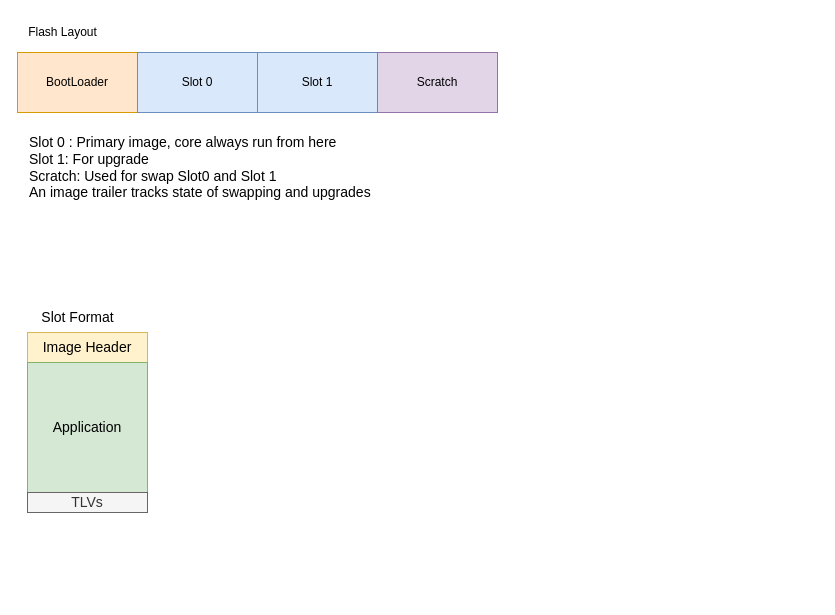
Above: page "mcu_boot" (1 of 2) of renesas.drawio in thomas-coding/drawio (draw.io), before the change. Source tidied: cells renumbered, new cells numbered last; positions are measured from the earlier drawing's top-left corner, leaving out a move shared by most shapes. Both pictures are drawn from the tidied source at 100%, with x=0, y=0 at pixel (17, 17).
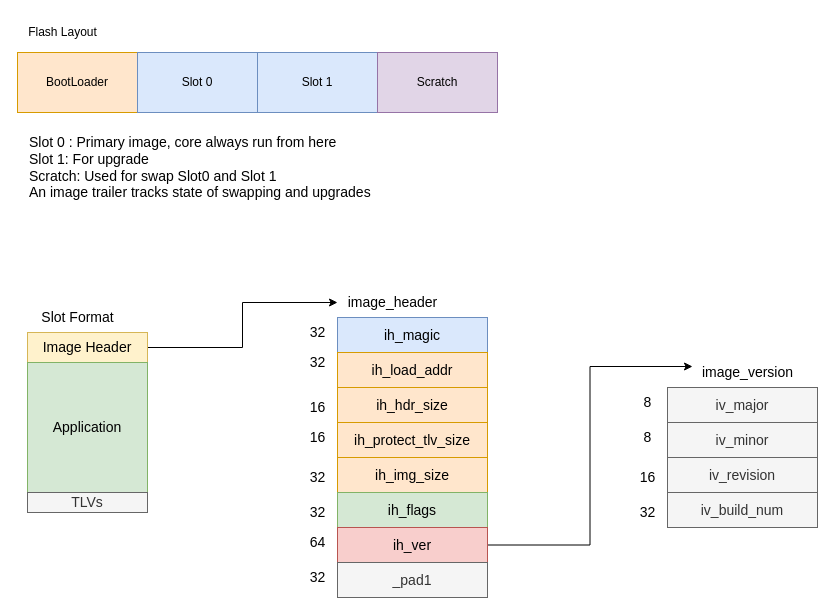
The same diagram, later.

The change refers to these unchanged cells:
```xml
<mxCell id="8" value="Image Header" style="rounded=0;whiteSpace=wrap;html=1;fontSize=14;fillColor=#fff2cc;strokeColor=#d6b656;" parent="1" vertex="1">
  <mxGeometry x="10" y="315" width="120" height="30" as="geometry" />
</mxCell>
```

Change to the diagram source:
```diff
@@
+    <mxCell id="12" style="edgeStyle=orthogonalEdgeStyle;rounded=0;jettySize=auto;html=1;entryX=0;entryY=0.5;entryDx=0;entryDy=0;entryPerimeter=0;fontSize=14;" parent="1" edge="1" source="8" target="29">
+      <mxGeometry relative="1" as="geometry" />
+    </mxCell>
@@
+    <mxCell id="13" value="ih_magic" style="rounded=0;whiteSpace=wrap;html=1;fontSize=14;fillColor=#dae8fc;strokeColor=#6c8ebf;" parent="1" vertex="1">
+      <mxGeometry x="320" y="300" width="150" height="35" as="geometry" />
+    </mxCell>
+    <mxCell id="14" value="ih_load_addr" style="rounded=0;whiteSpace=wrap;html=1;fontSize=14;fillColor=#ffe6cc;strokeColor=#d79b00;" parent="1" vertex="1">
+      <mxGeometry x="320" y="335" width="150" height="35" as="geometry" />
+    </mxCell>
+    <mxCell id="15" value="ih_hdr_size" style="rounded=0;whiteSpace=wrap;html=1;fontSize=14;fillColor=#ffe6cc;strokeColor=#d79b00;" parent="1" vertex="1">
+      <mxGeometry x="320" y="370" width="150" height="35" as="geometry" />
+    </mxCell>
+    <mxCell id="16" value="ih_protect_tlv_size" style="rounded=0;whiteSpace=wrap;html=1;fontSize=14;fillColor=#ffe6cc;strokeColor=#d79b00;" parent="1" vertex="1">
+      <mxGeometry x="320" y="405" width="150" height="35" as="geometry" />
+    </mxCell>
+    <mxCell id="17" value="ih_img_size" style="rounded=0;whiteSpace=wrap;html=1;fontSize=14;fillColor=#ffe6cc;strokeColor=#d79b00;" parent="1" vertex="1">
+      <mxGeometry x="320" y="440" width="150" height="35" as="geometry" />
+    </mxCell>
+    <mxCell id="18" value="ih_flags" style="rounded=0;whiteSpace=wrap;html=1;fontSize=14;fillColor=#d5e8d4;strokeColor=#82b366;" parent="1" vertex="1">
+      <mxGeometry x="320" y="475" width="150" height="35" as="geometry" />
+    </mxCell>
+    <mxCell id="19" style="edgeStyle=orthogonalEdgeStyle;rounded=0;jettySize=auto;html=1;entryX=0;entryY=0.3;entryDx=0;entryDy=0;entryPerimeter=0;fontSize=14;" parent="1" edge="1" source="20" target="31">
+      <mxGeometry relative="1" as="geometry" />
+    </mxCell>
+    <mxCell id="20" value="ih_ver" style="rounded=0;whiteSpace=wrap;html=1;fontSize=14;fillColor=#f8cecc;strokeColor=#b85450;" parent="1" vertex="1">
+      <mxGeometry x="320" y="510" width="150" height="35" as="geometry" />
+    </mxCell>
+    <mxCell id="21" value="_pad1" style="rounded=0;whiteSpace=wrap;html=1;fontSize=14;fillColor=#f5f5f5;fontColor=#333333;strokeColor=#666666;" parent="1" vertex="1">
+      <mxGeometry x="320" y="545" width="150" height="35" as="geometry" />
+    </mxCell>
+    <mxCell id="22" value="32" style="text;html=1;align=center;verticalAlign=middle;strokeColor=none;fillColor=none;fontSize=14;" parent="1" vertex="1">
+      <mxGeometry x="280" y="300" width="40" height="30" as="geometry" />
+    </mxCell>
+    <mxCell id="23" value="32" style="text;html=1;align=center;verticalAlign=middle;strokeColor=none;fillColor=none;fontSize=14;" parent="1" vertex="1">
+      <mxGeometry x="280" y="330" width="40" height="30" as="geometry" />
+    </mxCell>
+    <mxCell id="24" value="16" style="text;html=1;align=center;verticalAlign=middle;strokeColor=none;fillColor=none;fontSize=14;" parent="1" vertex="1">
+      <mxGeometry x="280" y="375" width="40" height="30" as="geometry" />
+    </mxCell>
+    <mxCell id="25" value="16" style="text;html=1;align=center;verticalAlign=middle;strokeColor=none;fillColor=none;fontSize=14;" parent="1" vertex="1">
+      <mxGeometry x="280" y="405" width="40" height="30" as="geometry" />
+    </mxCell>
+    <mxCell id="26" value="32" style="text;html=1;align=center;verticalAlign=middle;strokeColor=none;fillColor=none;fontSize=14;" parent="1" vertex="1">
+      <mxGeometry x="280" y="445" width="40" height="30" as="geometry" />
+    </mxCell>
+    <mxCell id="27" value="32" style="text;html=1;align=center;verticalAlign=middle;strokeColor=none;fillColor=none;fontSize=14;" parent="1" vertex="1">
+      <mxGeometry x="280" y="480" width="40" height="30" as="geometry" />
+    </mxCell>
+    <mxCell id="28" value="32" style="text;html=1;align=center;verticalAlign=middle;strokeColor=none;fillColor=none;fontSize=14;" parent="1" vertex="1">
+      <mxGeometry x="280" y="545" width="40" height="30" as="geometry" />
+    </mxCell>
+    <mxCell id="29" value="image_header" style="text;html=1;align=center;verticalAlign=middle;points=[];strokeColor=none;fillColor=none;fontSize=14;" parent="1" vertex="1">
+      <mxGeometry x="320" y="270" width="110" height="30" as="geometry" />
+    </mxCell>
+    <mxCell id="30" value="64" style="text;html=1;align=center;verticalAlign=middle;strokeColor=none;fillColor=none;fontSize=14;" parent="1" vertex="1">
+      <mxGeometry x="280" y="510" width="40" height="30" as="geometry" />
+    </mxCell>
+    <mxCell id="31" value="image_version" style="text;html=1;align=center;verticalAlign=middle;points=[];strokeColor=none;fillColor=none;fontSize=14;" parent="1" vertex="1">
+      <mxGeometry x="675" y="340" width="110" height="30" as="geometry" />
+    </mxCell>
+    <mxCell id="32" value="iv_major" style="rounded=0;whiteSpace=wrap;html=1;fontSize=14;fillColor=#f5f5f5;strokeColor=#666666;fontColor=#333333;" parent="1" vertex="1">
+      <mxGeometry x="650" y="370" width="150" height="35" as="geometry" />
+    </mxCell>
+    <mxCell id="33" value="iv_minor" style="rounded=0;whiteSpace=wrap;html=1;fontSize=14;fillColor=#f5f5f5;strokeColor=#666666;fontColor=#333333;" parent="1" vertex="1">
+      <mxGeometry x="650" y="405" width="150" height="35" as="geometry" />
+    </mxCell>
+    <mxCell id="34" value="iv_revision" style="rounded=0;whiteSpace=wrap;html=1;fontSize=14;fillColor=#f5f5f5;strokeColor=#666666;fontColor=#333333;" parent="1" vertex="1">
+      <mxGeometry x="650" y="440" width="150" height="35" as="geometry" />
+    </mxCell>
+    <mxCell id="35" value="iv_build_num" style="rounded=0;whiteSpace=wrap;html=1;fontSize=14;fillColor=#f5f5f5;strokeColor=#666666;fontColor=#333333;" parent="1" vertex="1">
+      <mxGeometry x="650" y="475" width="150" height="35" as="geometry" />
+    </mxCell>
+    <mxCell id="36" value="8" style="text;html=1;align=center;verticalAlign=middle;strokeColor=none;fillColor=none;fontSize=14;" parent="1" vertex="1">
+      <mxGeometry x="615" y="370" width="30" height="30" as="geometry" />
+    </mxCell>
+    <mxCell id="37" value="8" style="text;html=1;align=center;verticalAlign=middle;strokeColor=none;fillColor=none;fontSize=14;" parent="1" vertex="1">
+      <mxGeometry x="615" y="405" width="30" height="30" as="geometry" />
+    </mxCell>
+    <mxCell id="38" value="16" style="text;html=1;align=center;verticalAlign=middle;strokeColor=none;fillColor=none;fontSize=14;" parent="1" vertex="1">
+      <mxGeometry x="610" y="445" width="40" height="30" as="geometry" />
+    </mxCell>
+    <mxCell id="39" value="32" style="text;html=1;align=center;verticalAlign=middle;strokeColor=none;fillColor=none;fontSize=14;" parent="1" vertex="1">
+      <mxGeometry x="610" y="480" width="40" height="30" as="geometry" />
+    </mxCell>
```
